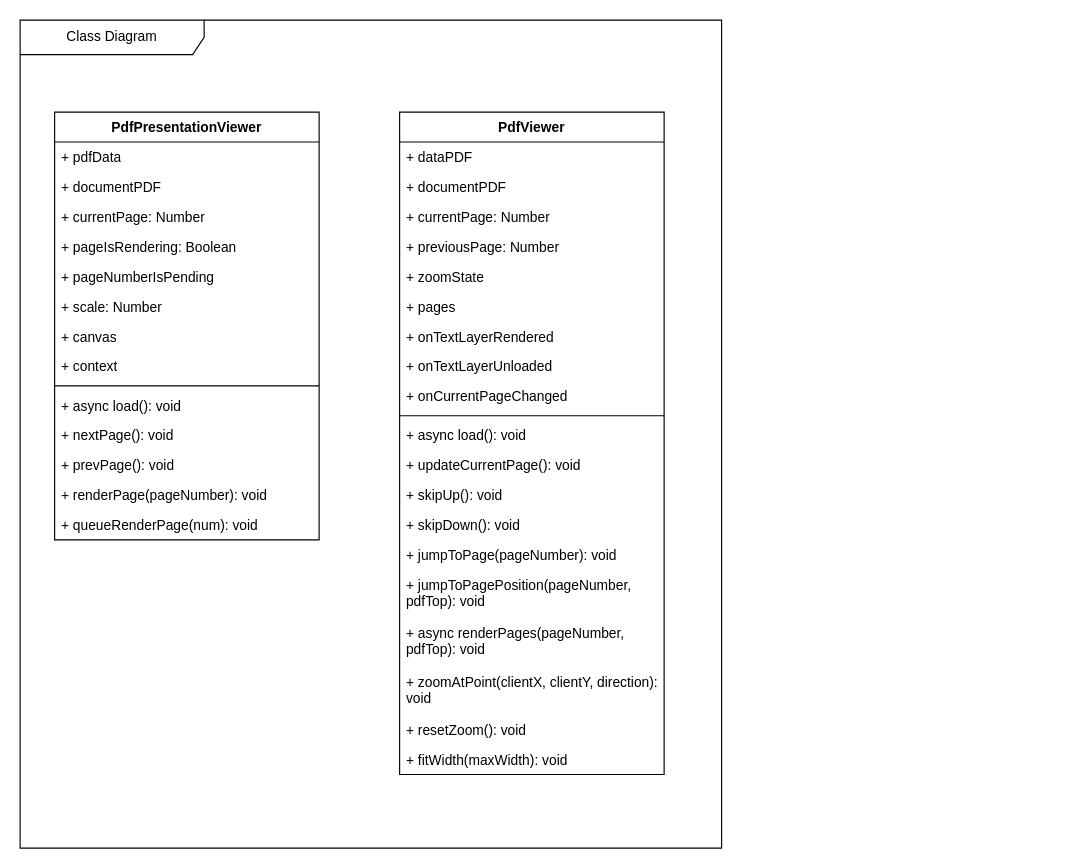
This is docs/manual_tecnico/class_diagram/ClassDiagram.drawio from Mashtic/LectorPDFMinimalista, a draw.io file, before an edit. Source tidied: cells renumbered, new cells numbered last; positions are measured from the earlier drawing's top-left corner, leaving out a move shared by most shapes. Both pictures are drawn from the tidied source at 115%, with x=0, y=0 at pixel (20, 20).
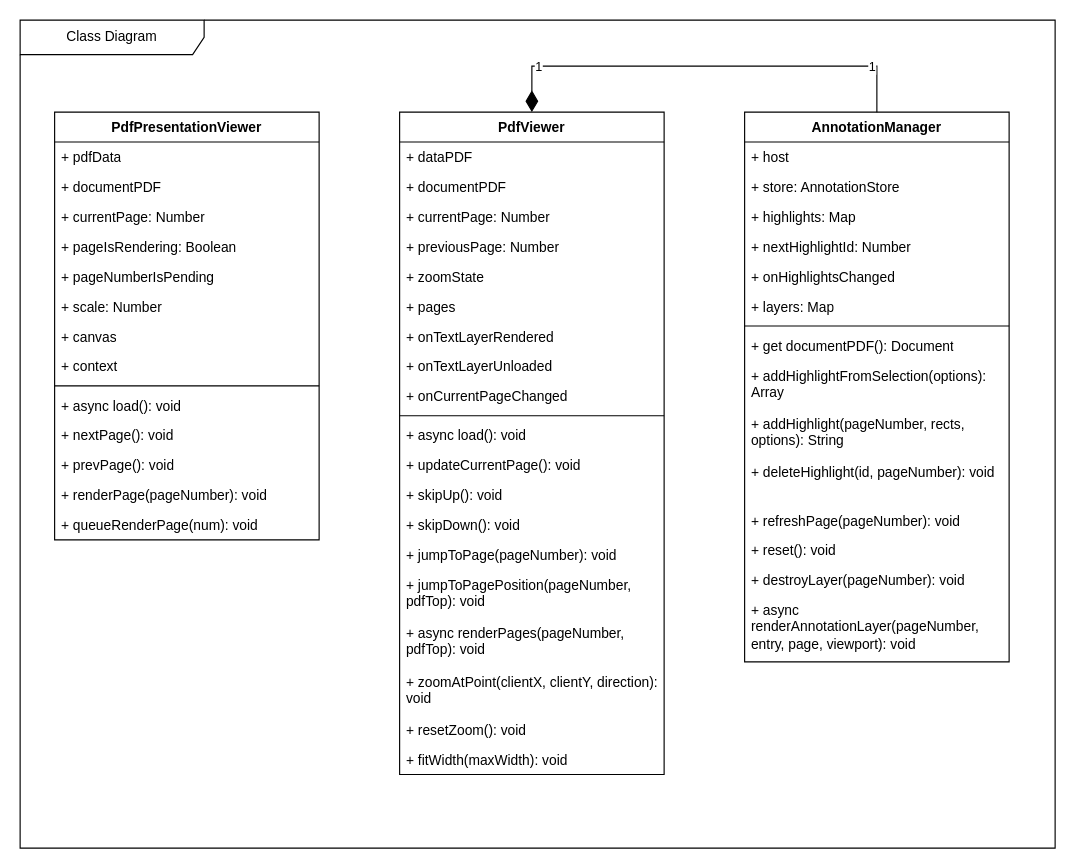
After the change.

Unchanged cells that the change refers to:
```xml
<mxCell id="18" value="PdfViewer" style="swimlane;fontStyle=1;align=center;verticalAlign=top;horizontal=1;startSize=26;whiteSpace=wrap;html=1;" parent="2" vertex="1">
  <mxGeometry x="330" y="80" width="230" height="576" as="geometry" />
</mxCell>
```

What changed in the source:
```diff
@@
     <mxCell id="2" value="Class Diagram" style="shape=umlFrame;whiteSpace=wrap;html=1;width=160;" parent="1" vertex="1">
-      <mxGeometry width="610" height="720" as="geometry" />
+      <mxGeometry width="900" height="720" as="geometry" />
     </mxCell>
@@
+    <mxCell id="39" value="AnnotationManager" style="swimlane;fontStyle=1;align=center;verticalAlign=top;horizontal=1;startSize=26;whiteSpace=wrap;html=1;" parent="2" vertex="1">
+      <mxGeometry x="630" y="80" width="230" height="478" as="geometry" />
+    </mxCell>
+    <mxCell id="40" value="+ host" style="text;strokeColor=none;fillColor=none;align=left;verticalAlign=top;spacingLeft=4;spacingRight=4;overflow=hidden;whiteSpace=wrap;html=1;" parent="39" vertex="1">
+      <mxGeometry y="26" width="230" height="26" as="geometry" />
+    </mxCell>
+    <mxCell id="41" value="+ store: AnnotationStore" style="text;strokeColor=none;fillColor=none;align=left;verticalAlign=top;spacingLeft=4;spacingRight=4;overflow=hidden;whiteSpace=wrap;html=1;" parent="39" vertex="1">
+      <mxGeometry y="52" width="230" height="26" as="geometry" />
+    </mxCell>
+    <mxCell id="42" value="+ highlights: Map" style="text;strokeColor=none;fillColor=none;align=left;verticalAlign=top;spacingLeft=4;spacingRight=4;overflow=hidden;whiteSpace=wrap;html=1;" parent="39" vertex="1">
+      <mxGeometry y="78" width="230" height="26" as="geometry" />
+    </mxCell>
+    <mxCell id="43" value="+ nextHighlightId: Number" style="text;strokeColor=none;fillColor=none;align=left;verticalAlign=top;spacingLeft=4;spacingRight=4;overflow=hidden;whiteSpace=wrap;html=1;" parent="39" vertex="1">
+      <mxGeometry y="104" width="230" height="26" as="geometry" />
+    </mxCell>
+    <mxCell id="44" value="+ onHighlightsChanged" style="text;strokeColor=none;fillColor=none;align=left;verticalAlign=top;spacingLeft=4;spacingRight=4;overflow=hidden;whiteSpace=wrap;html=1;" parent="39" vertex="1">
+      <mxGeometry y="130" width="230" height="26" as="geometry" />
+    </mxCell>
+    <mxCell id="45" value="+ layers: Map" style="text;strokeColor=none;fillColor=none;align=left;verticalAlign=top;spacingLeft=4;spacingRight=4;overflow=hidden;whiteSpace=wrap;html=1;" parent="39" vertex="1">
+      <mxGeometry y="156" width="230" height="26" as="geometry" />
+    </mxCell>
+    <mxCell id="46" style="line;strokeWidth=1;fillColor=none;align=left;verticalAlign=middle;spacingTop=-1;spacingLeft=3;spacingRight=3;labelPosition=right;strokeColor=inherit;" parent="39" vertex="1">
+      <mxGeometry y="182" width="230" height="8" as="geometry" />
+    </mxCell>
+    <mxCell id="47" value="+ get documentPDF(): Document" style="text;strokeColor=none;fillColor=none;align=left;verticalAlign=top;spacingLeft=4;spacingRight=4;overflow=hidden;whiteSpace=wrap;html=1;" parent="39" vertex="1">
+      <mxGeometry y="190" width="230" height="26" as="geometry" />
+    </mxCell>
+    <mxCell id="48" value="+ addHighlightFromSelection(options): Array" style="text;strokeColor=none;fillColor=none;align=left;verticalAlign=top;spacingLeft=4;spacingRight=4;overflow=hidden;whiteSpace=wrap;html=1;" parent="39" vertex="1">
+      <mxGeometry y="216" width="230" height="42" as="geometry" />
+    </mxCell>
+    <mxCell id="49" value="+ addHighlight(pageNumber, rects, options): String" style="text;strokeColor=none;fillColor=none;align=left;verticalAlign=top;spacingLeft=4;spacingRight=4;overflow=hidden;whiteSpace=wrap;html=1;" parent="39" vertex="1">
+      <mxGeometry y="258" width="230" height="42" as="geometry" />
+    </mxCell>
+    <mxCell id="50" value="+ deleteHighlight(id, pageNumber): void" style="text;strokeColor=none;fillColor=none;align=left;verticalAlign=top;spacingLeft=4;spacingRight=4;overflow=hidden;whiteSpace=wrap;html=1;" parent="39" vertex="1">
+      <mxGeometry y="300" width="230" height="42" as="geometry" />
+    </mxCell>
+    <mxCell id="51" value="+ refreshPage(pageNumber): void" style="text;strokeColor=none;fillColor=none;align=left;verticalAlign=top;spacingLeft=4;spacingRight=4;overflow=hidden;whiteSpace=wrap;html=1;" parent="39" vertex="1">
+      <mxGeometry y="342" width="230" height="26" as="geometry" />
+    </mxCell>
+    <mxCell id="52" value="+ reset(): void" style="text;strokeColor=none;fillColor=none;align=left;verticalAlign=top;spacingLeft=4;spacingRight=4;overflow=hidden;whiteSpace=wrap;html=1;" parent="39" vertex="1">
+      <mxGeometry y="368" width="230" height="26" as="geometry" />
+    </mxCell>
+    <mxCell id="53" value="+ destroyLayer(pageNumber): void" style="text;strokeColor=none;fillColor=none;align=left;verticalAlign=top;spacingLeft=4;spacingRight=4;overflow=hidden;whiteSpace=wrap;html=1;" parent="39" vertex="1">
+      <mxGeometry y="394" width="230" height="26" as="geometry" />
+    </mxCell>
+    <mxCell id="54" value="+ async renderAnnotationLayer(pageNumber, entry, page, viewport): void" style="text;strokeColor=none;fillColor=none;align=left;verticalAlign=top;spacingLeft=4;spacingRight=4;overflow=hidden;whiteSpace=wrap;html=1;" parent="39" vertex="1">
+      <mxGeometry y="420" width="230" height="58" as="geometry" />
+    </mxCell>
+    <mxCell id="55" style="endArrow=none;startArrow=diamondThin;startFill=1;startSize=16;html=1;rounded=0;exitX=0.5;exitY=0;exitDx=0;exitDy=0;entryX=0.5;entryY=0;entryDx=0;entryDy=0;fontSize=11;" parent="2" edge="1" source="18" target="39">
+      <mxGeometry relative="1" as="geometry">
+        <Array as="points">
+          <mxPoint x="445" y="40" />
+          <mxPoint x="590" y="40" />
+          <mxPoint x="745" y="40" />
+        </Array>
+      </mxGeometry>
+    </mxCell>
+    <mxCell id="56" value="1" style="edgeLabel;html=1;align=center;verticalAlign=middle;fontSize=11;" parent="55" vertex="1">
+      <mxGeometry x="-0.85" relative="1" as="geometry">
+        <mxPoint x="5" y="-11" as="offset" />
+      </mxGeometry>
+    </mxCell>
+    <mxCell id="57" value="1" style="edgeLabel;html=1;align=center;verticalAlign=middle;fontSize=11;" parent="55" vertex="1">
+      <mxGeometry x="0.85" relative="1" as="geometry">
+        <mxPoint x="-5" y="-12" as="offset" />
+      </mxGeometry>
+    </mxCell>
```
